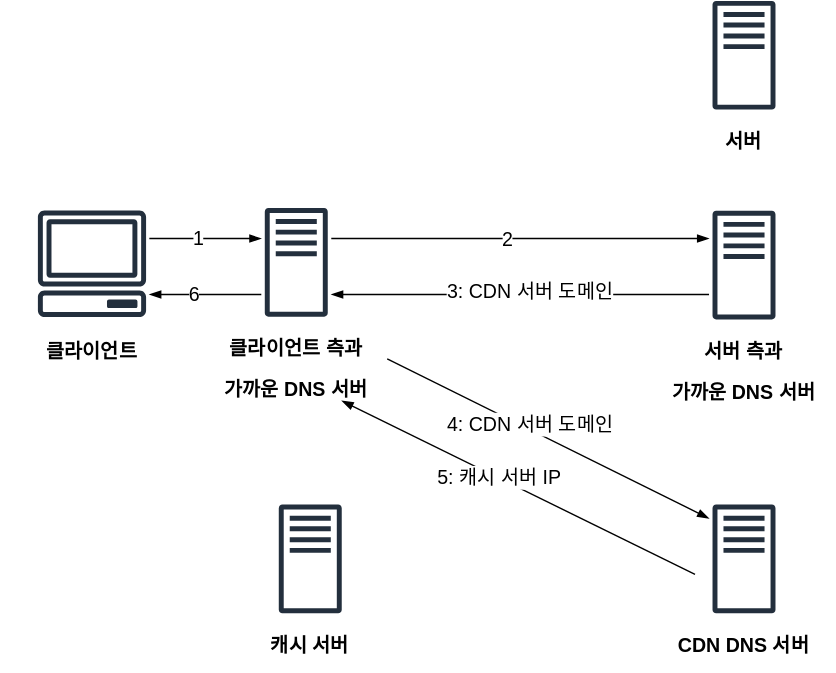
Above: 15/yongki/assets/cdn.drawio.svg in cs-study-org/cs-study (draw.io), before the change. Source tidied: cells renumbered, new cells last; positions are measured from the earlier drawing's top-left corner, leaving out a move shared by most shapes. Source of this version:
```xml
<mxGraphModel>
  <root>
    <mxCell id="0" />
    <mxCell id="1" parent="0" />
    <mxCell id="2" style="sketch=0;outlineConnect=0;fontColor=#232F3E;gradientColor=none;fillColor=#232F3D;strokeColor=none;dashed=0;verticalLabelPosition=bottom;verticalAlign=top;align=center;html=1;fontSize=12;fontStyle=0;shape=mxgraph.aws4.client;" parent="1" vertex="1">
      <mxGeometry x="26" y="150" width="78" height="76" as="geometry" />
    </mxCell>
    <mxCell id="3" style="sketch=0;outlineConnect=0;fontColor=#232F3E;gradientColor=none;fillColor=#232F3D;strokeColor=none;dashed=0;verticalLabelPosition=bottom;verticalAlign=top;align=center;html=1;fontSize=12;fontStyle=0;shape=mxgraph.aws4.traditional_server;" parent="1" vertex="1">
      <mxGeometry x="188.5" y="148" width="45" height="78" as="geometry" />
    </mxCell>
    <mxCell id="4" value="&lt;h1&gt;&lt;font style=&quot;font-size: 14px&quot;&gt;&lt;font&gt;클라이언트 측과&amp;nbsp;&lt;br&gt;&lt;/font&gt;&lt;font&gt;가까운 DNS 서버&lt;/font&gt;&lt;/font&gt;&lt;/h1&gt;" style="text;html=1;strokeColor=none;fillColor=none;spacing=5;spacingTop=-20;whiteSpace=wrap;overflow=hidden;rounded=0;align=center;" parent="1" vertex="1">
      <mxGeometry x="146" y="226" width="130" height="60" as="geometry" />
    </mxCell>
    <mxCell id="5" style="sketch=0;outlineConnect=0;fontColor=#232F3E;gradientColor=none;fillColor=#232F3D;strokeColor=none;dashed=0;verticalLabelPosition=bottom;verticalAlign=top;align=center;html=1;fontSize=12;fontStyle=0;shape=mxgraph.aws4.traditional_server;" parent="1" vertex="1">
      <mxGeometry x="508.5" y="150" width="45" height="78" as="geometry" />
    </mxCell>
    <mxCell id="6" value="&lt;h1&gt;&lt;font style=&quot;font-size: 14px&quot;&gt;&lt;font&gt;서버 측과&amp;nbsp;&lt;br&gt;&lt;/font&gt;&lt;font&gt;가까운 DNS 서버&lt;/font&gt;&lt;/font&gt;&lt;/h1&gt;" style="text;html=1;strokeColor=none;fillColor=none;spacing=5;spacingTop=-20;whiteSpace=wrap;overflow=hidden;rounded=0;align=center;" parent="1" vertex="1">
      <mxGeometry x="466" y="228" width="130" height="60" as="geometry" />
    </mxCell>
    <mxCell id="7" style="sketch=0;fontColor=#232F3E;gradientColor=none;fillColor=#232F3D;strokeColor=none;dashed=0;verticalLabelPosition=bottom;verticalAlign=top;align=center;html=1;fontSize=12;fontStyle=0;shape=mxgraph.aws4.traditional_server;" parent="1" vertex="1">
      <mxGeometry x="508.5" width="45" height="78" as="geometry" />
    </mxCell>
    <mxCell id="8" value="&lt;h1&gt;&lt;span style=&quot;font-size: 14px&quot;&gt;클라이언트&lt;/span&gt;&lt;/h1&gt;" style="text;html=1;strokeColor=none;fillColor=none;spacing=5;spacingTop=-20;whiteSpace=wrap;overflow=hidden;rounded=0;align=center;" parent="1" vertex="1">
      <mxGeometry y="228" width="130" height="42" as="geometry" />
    </mxCell>
    <mxCell id="9" value="&lt;h1&gt;&lt;span style=&quot;font-size: 14px&quot;&gt;서버&lt;/span&gt;&lt;/h1&gt;" style="text;html=1;strokeColor=none;fillColor=none;spacing=5;spacingTop=-20;whiteSpace=wrap;overflow=hidden;rounded=0;align=center;" parent="1" vertex="1">
      <mxGeometry x="466" y="78" width="130" height="42" as="geometry" />
    </mxCell>
    <mxCell id="10" style="endArrow=blockThin;html=1;fontSize=14;entryX=-0.056;entryY=0.255;entryDx=0;entryDy=0;entryPerimeter=0;exitX=1.056;exitY=0.281;exitDx=0;exitDy=0;exitPerimeter=0;endFill=1;" parent="1" edge="1" source="3" target="5">
      <mxGeometry relative="1" as="geometry" />
    </mxCell>
    <mxCell id="11" value="2" style="edgeLabel;html=1;align=center;verticalAlign=middle;fontSize=14;" parent="10" vertex="1">
      <mxGeometry x="-0.07" y="-1" relative="1" as="geometry" />
    </mxCell>
    <mxCell id="12" style="endArrow=none;html=1;fontSize=14;exitX=1.056;exitY=0.796;exitDx=0;exitDy=0;exitPerimeter=0;startArrow=blockThin;startFill=1;endFill=0;" parent="1" edge="1" source="3">
      <mxGeometry relative="1" as="geometry">
        <mxPoint x="506" y="210" as="targetPoint" />
      </mxGeometry>
    </mxCell>
    <mxCell id="13" value="3: CDN 서버 도메인" style="edgeLabel;html=1;align=center;verticalAlign=middle;fontSize=14;" parent="12" vertex="1">
      <mxGeometry x="0.05" y="2" relative="1" as="geometry" />
    </mxCell>
    <mxCell id="14" style="sketch=0;outlineConnect=0;fontColor=#232F3E;gradientColor=none;fillColor=#232F3D;strokeColor=none;dashed=0;verticalLabelPosition=bottom;verticalAlign=top;align=center;html=1;fontSize=12;fontStyle=0;shape=mxgraph.aws4.traditional_server;" parent="1" vertex="1">
      <mxGeometry x="198.5" y="360" width="45" height="78" as="geometry" />
    </mxCell>
    <mxCell id="15" value="&lt;h1&gt;&lt;span style=&quot;font-size: 14px&quot;&gt;캐시 서버&lt;/span&gt;&lt;/h1&gt;" style="text;html=1;strokeColor=none;fillColor=none;spacing=5;spacingTop=-20;whiteSpace=wrap;overflow=hidden;rounded=0;align=center;" parent="1" vertex="1">
      <mxGeometry x="156" y="438" width="130" height="42" as="geometry" />
    </mxCell>
    <mxCell id="16" style="sketch=0;fontColor=#232F3E;gradientColor=none;fillColor=#232F3D;strokeColor=none;dashed=0;verticalLabelPosition=bottom;verticalAlign=top;align=center;html=1;fontSize=12;fontStyle=0;shape=mxgraph.aws4.traditional_server;" parent="1" vertex="1">
      <mxGeometry x="508.5" y="360" width="45" height="78" as="geometry" />
    </mxCell>
    <mxCell id="17" value="&lt;h1&gt;&lt;span style=&quot;font-size: 14px&quot;&gt;CDN DNS 서버&lt;/span&gt;&lt;/h1&gt;" style="text;html=1;strokeColor=none;fillColor=none;spacing=5;spacingTop=-20;whiteSpace=wrap;overflow=hidden;rounded=0;align=center;" parent="1" vertex="1">
      <mxGeometry x="466" y="438" width="130" height="42" as="geometry" />
    </mxCell>
    <mxCell id="18" style="endArrow=blockThin;html=1;fontSize=14;exitX=1;exitY=0.5;exitDx=0;exitDy=0;endFill=1;" parent="1" edge="1" source="4">
      <mxGeometry relative="1" as="geometry">
        <mxPoint x="506" y="370" as="targetPoint" />
      </mxGeometry>
    </mxCell>
    <mxCell id="19" value="4: CDN 서버 도메인" style="edgeLabel;html=1;align=center;verticalAlign=middle;fontSize=14;" parent="18" vertex="1">
      <mxGeometry x="-0.13" y="3" relative="1" as="geometry" />
    </mxCell>
    <mxCell id="20" style="endArrow=none;html=1;fontSize=14;exitX=0.75;exitY=1;exitDx=0;exitDy=0;endFill=0;startArrow=blockThin;startFill=1;" parent="1" edge="1" source="4">
      <mxGeometry relative="1" as="geometry">
        <mxPoint x="496" y="410" as="targetPoint" />
      </mxGeometry>
    </mxCell>
    <mxCell id="21" value="5: 캐시 서버 IP" style="edgeLabel;html=1;align=center;verticalAlign=middle;fontSize=14;" parent="20" vertex="1">
      <mxGeometry x="-0.11" relative="1" as="geometry" />
    </mxCell>
    <mxCell id="22" style="endArrow=blockThin;html=1;fontSize=14;exitX=1.03;exitY=0.263;exitDx=0;exitDy=0;exitPerimeter=0;endFill=1;" parent="1" edge="1" source="2">
      <mxGeometry relative="1" as="geometry">
        <mxPoint x="186" y="170" as="targetPoint" />
      </mxGeometry>
    </mxCell>
    <mxCell id="23" value="1" style="edgeLabel;html=1;align=center;verticalAlign=middle;fontSize=14;" parent="22" vertex="1">
      <mxGeometry x="-0.11" relative="1" as="geometry" />
    </mxCell>
    <mxCell id="24" style="endArrow=none;html=1;fontSize=14;endFill=0;startArrow=blockThin;startFill=1;" parent="1" edge="1">
      <mxGeometry relative="1" as="geometry">
        <mxPoint x="106" y="210" as="sourcePoint" />
        <mxPoint x="186" y="210" as="targetPoint" />
      </mxGeometry>
    </mxCell>
    <mxCell id="25" value="6" style="edgeLabel;html=1;align=center;verticalAlign=middle;fontSize=14;" parent="24" vertex="1">
      <mxGeometry x="-0.2" relative="1" as="geometry" />
    </mxCell>
  </root>
</mxGraphModel>
```
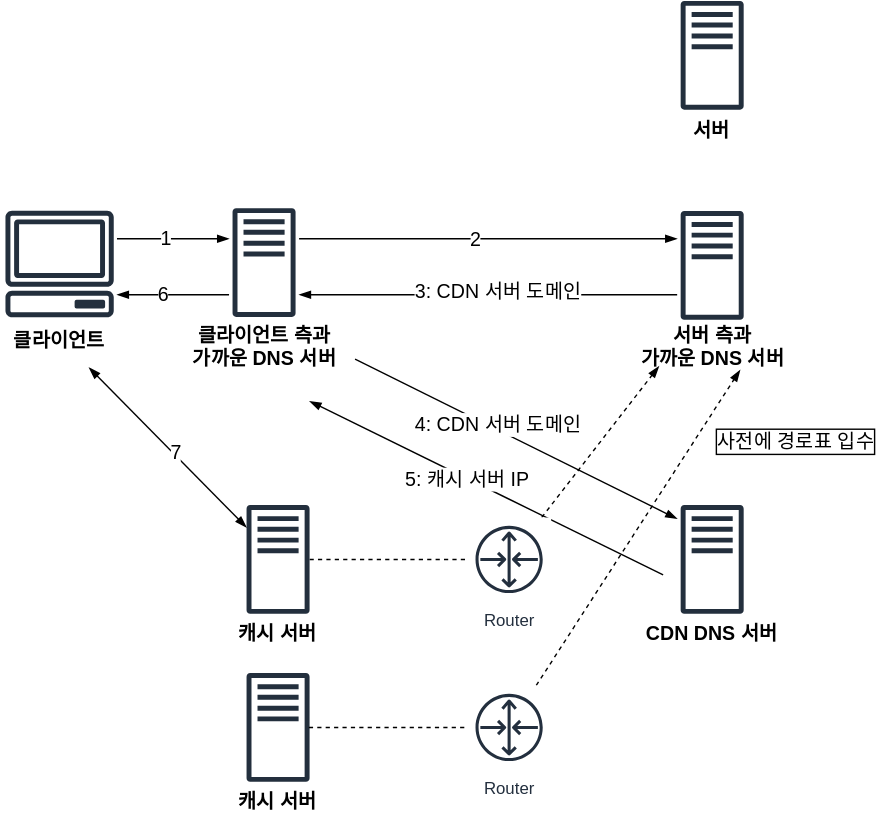
After the commit.

Commit message:
:bento: Update cdn diagram

Diff of the diagram source:
```diff
@@ -8,23 +8,23 @@
     <mxCell id="3" style="sketch=0;outlineConnect=0;fontColor=#232F3E;gradientColor=none;fillColor=#232F3D;strokeColor=none;dashed=0;verticalLabelPosition=bottom;verticalAlign=top;align=center;html=1;fontSize=12;fontStyle=0;shape=mxgraph.aws4.traditional_server;" parent="1" vertex="1">
       <mxGeometry x="188.5" y="148" width="45" height="78" as="geometry" />
     </mxCell>
-    <mxCell id="4" value="&lt;h1&gt;&lt;font style=&quot;font-size: 14px&quot;&gt;&lt;font&gt;클라이언트 측과&amp;nbsp;&lt;br&gt;&lt;/font&gt;&lt;font&gt;가까운 DNS 서버&lt;/font&gt;&lt;/font&gt;&lt;/h1&gt;" style="text;html=1;strokeColor=none;fillColor=none;spacing=5;spacingTop=-20;whiteSpace=wrap;overflow=hidden;rounded=0;align=center;" parent="1" vertex="1">
-      <mxGeometry x="146" y="226" width="130" height="60" as="geometry" />
-    </mxCell>
     <mxCell id="5" style="sketch=0;outlineConnect=0;fontColor=#232F3E;gradientColor=none;fillColor=#232F3D;strokeColor=none;dashed=0;verticalLabelPosition=bottom;verticalAlign=top;align=center;html=1;fontSize=12;fontStyle=0;shape=mxgraph.aws4.traditional_server;" parent="1" vertex="1">
       <mxGeometry x="508.5" y="150" width="45" height="78" as="geometry" />
     </mxCell>
-    <mxCell id="6" value="&lt;h1&gt;&lt;font style=&quot;font-size: 14px&quot;&gt;&lt;font&gt;서버 측과&amp;nbsp;&lt;br&gt;&lt;/font&gt;&lt;font&gt;가까운 DNS 서버&lt;/font&gt;&lt;/font&gt;&lt;/h1&gt;" style="text;html=1;strokeColor=none;fillColor=none;spacing=5;spacingTop=-20;whiteSpace=wrap;overflow=hidden;rounded=0;align=center;" parent="1" vertex="1">
-      <mxGeometry x="466" y="228" width="130" height="60" as="geometry" />
-    </mxCell>
     <mxCell id="7" style="sketch=0;fontColor=#232F3E;gradientColor=none;fillColor=#232F3D;strokeColor=none;dashed=0;verticalLabelPosition=bottom;verticalAlign=top;align=center;html=1;fontSize=12;fontStyle=0;shape=mxgraph.aws4.traditional_server;" parent="1" vertex="1">
       <mxGeometry x="508.5" width="45" height="78" as="geometry" />
     </mxCell>
+    <mxCell id="26" style="edgeStyle=none;html=1;exitX=0.75;exitY=1;exitDx=0;exitDy=0;fontSize=14;endArrow=blockThin;endFill=1;startArrow=blockThin;startFill=1;" parent="1" edge="1" source="8" target="14">
+      <mxGeometry relative="1" as="geometry" />
+    </mxCell>
+    <mxCell id="27" value="7" style="edgeLabel;html=1;align=center;verticalAlign=middle;fontSize=14;" parent="26" vertex="1">
+      <mxGeometry x="0.08" y="1" relative="1" as="geometry" />
+    </mxCell>
     <mxCell id="8" value="&lt;h1&gt;&lt;span style=&quot;font-size: 14px&quot;&gt;클라이언트&lt;/span&gt;&lt;/h1&gt;" style="text;html=1;strokeColor=none;fillColor=none;spacing=5;spacingTop=-20;whiteSpace=wrap;overflow=hidden;rounded=0;align=center;" parent="1" vertex="1">
-      <mxGeometry y="228" width="130" height="42" as="geometry" />
+      <mxGeometry x="23" y="220" width="84" height="42" as="geometry" />
     </mxCell>
     <mxCell id="9" value="&lt;h1&gt;&lt;span style=&quot;font-size: 14px&quot;&gt;서버&lt;/span&gt;&lt;/h1&gt;" style="text;html=1;strokeColor=none;fillColor=none;spacing=5;spacingTop=-20;whiteSpace=wrap;overflow=hidden;rounded=0;align=center;" parent="1" vertex="1">
-      <mxGeometry x="466" y="78" width="130" height="42" as="geometry" />
+      <mxGeometry x="466" y="70" width="130" height="42" as="geometry" />
     </mxCell>
     <mxCell id="10" style="endArrow=blockThin;html=1;fontSize=14;entryX=-0.056;entryY=0.255;entryDx=0;entryDy=0;entryPerimeter=0;exitX=1.056;exitY=0.281;exitDx=0;exitDy=0;exitPerimeter=0;endFill=1;" parent="1" edge="1" source="3" target="5">
       <mxGeometry relative="1" as="geometry" />
@@ -40,28 +40,33 @@
     <mxCell id="13" value="3: CDN 서버 도메인" style="edgeLabel;html=1;align=center;verticalAlign=middle;fontSize=14;" parent="12" vertex="1">
       <mxGeometry x="0.05" y="2" relative="1" as="geometry" />
     </mxCell>
+    <mxCell id="28" style="edgeStyle=none;html=1;endArrow=none;endFill=0;dashed=1;" parent="1" edge="1" source="14" target="30">
+      <mxGeometry relative="1" as="geometry" />
+    </mxCell>
     <mxCell id="14" style="sketch=0;outlineConnect=0;fontColor=#232F3E;gradientColor=none;fillColor=#232F3D;strokeColor=none;dashed=0;verticalLabelPosition=bottom;verticalAlign=top;align=center;html=1;fontSize=12;fontStyle=0;shape=mxgraph.aws4.traditional_server;" parent="1" vertex="1">
       <mxGeometry x="198.5" y="360" width="45" height="78" as="geometry" />
     </mxCell>
     <mxCell id="15" value="&lt;h1&gt;&lt;span style=&quot;font-size: 14px&quot;&gt;캐시 서버&lt;/span&gt;&lt;/h1&gt;" style="text;html=1;strokeColor=none;fillColor=none;spacing=5;spacingTop=-20;whiteSpace=wrap;overflow=hidden;rounded=0;align=center;" parent="1" vertex="1">
-      <mxGeometry x="156" y="438" width="130" height="42" as="geometry" />
+      <mxGeometry x="186" y="429" width="70" height="32" as="geometry" />
     </mxCell>
     <mxCell id="16" style="sketch=0;fontColor=#232F3E;gradientColor=none;fillColor=#232F3D;strokeColor=none;dashed=0;verticalLabelPosition=bottom;verticalAlign=top;align=center;html=1;fontSize=12;fontStyle=0;shape=mxgraph.aws4.traditional_server;" parent="1" vertex="1">
       <mxGeometry x="508.5" y="360" width="45" height="78" as="geometry" />
     </mxCell>
     <mxCell id="17" value="&lt;h1&gt;&lt;span style=&quot;font-size: 14px&quot;&gt;CDN DNS 서버&lt;/span&gt;&lt;/h1&gt;" style="text;html=1;strokeColor=none;fillColor=none;spacing=5;spacingTop=-20;whiteSpace=wrap;overflow=hidden;rounded=0;align=center;" parent="1" vertex="1">
-      <mxGeometry x="466" y="438" width="130" height="42" as="geometry" />
+      <mxGeometry x="466" y="429" width="130" height="42" as="geometry" />
     </mxCell>
-    <mxCell id="18" style="endArrow=blockThin;html=1;fontSize=14;exitX=1;exitY=0.5;exitDx=0;exitDy=0;endFill=1;" parent="1" edge="1" source="4">
+    <mxCell id="18" style="endArrow=blockThin;html=1;fontSize=14;exitX=1;exitY=0.5;exitDx=0;exitDy=0;endFill=1;" parent="1" edge="1">
       <mxGeometry relative="1" as="geometry">
+        <mxPoint x="276" y="256" as="sourcePoint" />
         <mxPoint x="506" y="370" as="targetPoint" />
       </mxGeometry>
     </mxCell>
     <mxCell id="19" value="4: CDN 서버 도메인" style="edgeLabel;html=1;align=center;verticalAlign=middle;fontSize=14;" parent="18" vertex="1">
       <mxGeometry x="-0.13" y="3" relative="1" as="geometry" />
     </mxCell>
-    <mxCell id="20" style="endArrow=none;html=1;fontSize=14;exitX=0.75;exitY=1;exitDx=0;exitDy=0;endFill=0;startArrow=blockThin;startFill=1;" parent="1" edge="1" source="4">
+    <mxCell id="20" style="endArrow=none;html=1;fontSize=14;exitX=0.75;exitY=1;exitDx=0;exitDy=0;endFill=0;startArrow=blockThin;startFill=1;" parent="1" edge="1">
       <mxGeometry relative="1" as="geometry">
+        <mxPoint x="243.5" y="286" as="sourcePoint" />
         <mxPoint x="496" y="410" as="targetPoint" />
       </mxGeometry>
     </mxCell>
@@ -85,5 +90,37 @@
     <mxCell id="25" value="6" style="edgeLabel;html=1;align=center;verticalAlign=middle;fontSize=14;" parent="24" vertex="1">
       <mxGeometry x="-0.2" relative="1" as="geometry" />
     </mxCell>
+    <mxCell id="4" value="&lt;span style=&quot;font-size: 14px&quot;&gt;&lt;b&gt;클라이언트 측과&lt;br&gt;가까운 DNS 서버&lt;/b&gt;&lt;br&gt;&lt;/span&gt;" style="text;html=1;strokeColor=none;fillColor=none;align=center;verticalAlign=middle;whiteSpace=wrap;rounded=0;" parent="1" vertex="1">
+      <mxGeometry x="149.8" y="232" width="122.5" height="30" as="geometry" />
+    </mxCell>
+    <mxCell id="6" value="&lt;span style=&quot;font-size: 14px&quot;&gt;&lt;b&gt;서버 측과&lt;br&gt;가까운 DNS 서버&lt;/b&gt;&lt;br&gt;&lt;/span&gt;" style="text;html=1;strokeColor=none;fillColor=none;align=center;verticalAlign=middle;whiteSpace=wrap;rounded=0;" parent="1" vertex="1">
+      <mxGeometry x="469.8" y="232" width="122.5" height="30" as="geometry" />
+    </mxCell>
+    <mxCell id="29" style="edgeStyle=none;html=1;dashed=1;endArrow=blockThin;endFill=1;entryX=0.19;entryY=0.967;entryDx=0;entryDy=0;entryPerimeter=0;" parent="1" edge="1" source="30" target="6">
+      <mxGeometry relative="1" as="geometry" />
+    </mxCell>
+    <mxCell id="30" value="Router" style="sketch=0;outlineConnect=0;fontColor=#232F3E;gradientColor=none;strokeColor=#232F3E;fillColor=#ffffff;dashed=0;verticalLabelPosition=bottom;verticalAlign=top;align=center;html=1;fontSize=12;fontStyle=0;shape=mxgraph.aws4.resourceIcon;resIcon=mxgraph.aws4.router;" parent="1" vertex="1">
+      <mxGeometry x="356" y="369" width="60" height="60" as="geometry" />
+    </mxCell>
+    <mxCell id="31" style="sketch=0;fontColor=#232F3E;gradientColor=none;fillColor=#232F3D;strokeColor=none;dashed=0;verticalLabelPosition=bottom;verticalAlign=top;align=center;html=1;fontSize=12;fontStyle=0;shape=mxgraph.aws4.traditional_server;" parent="1" vertex="1">
+      <mxGeometry x="198.5" y="480" width="45" height="78" as="geometry" />
+    </mxCell>
+    <mxCell id="32" value="&lt;h1&gt;&lt;span style=&quot;font-size: 14px&quot;&gt;캐시 서버&lt;/span&gt;&lt;/h1&gt;" style="text;html=1;strokeColor=none;fillColor=none;spacing=5;spacingTop=-20;whiteSpace=wrap;overflow=hidden;rounded=0;align=center;" parent="1" vertex="1">
+      <mxGeometry x="186" y="549" width="70" height="32" as="geometry" />
+    </mxCell>
+    <mxCell id="33" style="edgeStyle=none;html=1;endArrow=none;endFill=0;dashed=1;" parent="1" edge="1" target="35">
+      <mxGeometry relative="1" as="geometry">
+        <mxPoint x="243" y="519" as="sourcePoint" />
+      </mxGeometry>
+    </mxCell>
+    <mxCell id="34" style="edgeStyle=none;html=1;entryX=0.663;entryY=1.056;entryDx=0;entryDy=0;dashed=1;endArrow=blockThin;endFill=1;entryPerimeter=0;" parent="1" edge="1" source="35" target="6">
+      <mxGeometry relative="1" as="geometry" />
+    </mxCell>
+    <mxCell id="35" value="Router" style="sketch=0;outlineConnect=0;fontColor=#232F3E;gradientColor=none;strokeColor=#232F3E;fillColor=#ffffff;dashed=0;verticalLabelPosition=bottom;verticalAlign=top;align=center;html=1;fontSize=12;fontStyle=0;shape=mxgraph.aws4.resourceIcon;resIcon=mxgraph.aws4.router;" parent="1" vertex="1">
+      <mxGeometry x="356" y="489" width="60" height="60" as="geometry" />
+    </mxCell>
+    <mxCell id="36" value="&lt;span style=&quot;font-size: 14px&quot;&gt;사전에 경로표 입수&lt;br&gt;&lt;/span&gt;" style="text;html=1;strokeColor=none;fillColor=none;align=center;verticalAlign=middle;whiteSpace=wrap;rounded=0;labelBorderColor=default;" parent="1" vertex="1">
+      <mxGeometry x="526" y="300" width="130" height="30" as="geometry" />
+    </mxCell>
   </root>
 </mxGraphModel>
```
